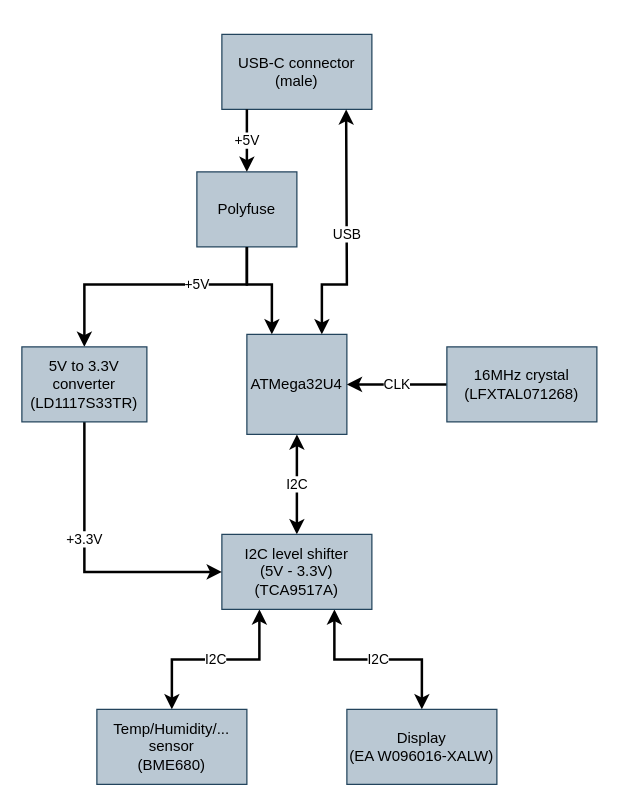
Above: Documentatie/Analyse/Hardware analyse/V2/blokschema (word).drawio in Jelte-Boumans/Bachelorproef-Herstelsysteem-Ramen (draw.io), before the change. Source tidied: cells renumbered, new cells numbered last; positions are measured from the earlier drawing's top-left corner, leaving out a move shared by most shapes. Both pictures are drawn from the tidied source at 125%, with x=0, y=0 at pixel (21, 34).
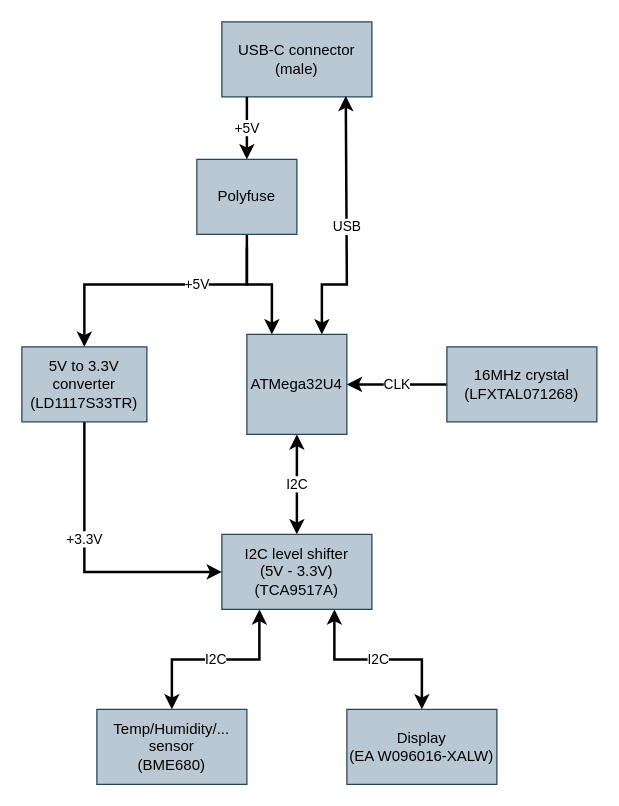
Above is the later version.

The change refers to these unchanged cells:
```xml
<mxCell id="3" value="ATMega32U4" style="whiteSpace=wrap;html=1;fillColor=#bac8d3;strokeColor=#23445d;" parent="1" vertex="1">
  <mxGeometry x="180" y="240" width="80" height="80" as="geometry" />
</mxCell>
```

Change to the diagram source:
```diff
@@
     <mxCell id="4" value="USB-C connector&lt;br&gt;(male)" style="rounded=0;whiteSpace=wrap;html=1;fillColor=#bac8d3;strokeColor=#23445d;" parent="1" vertex="1">
-      <mxGeometry x="160" width="120" height="60" as="geometry" />
+      <mxGeometry x="160" y="-10" width="120" height="60" as="geometry" />
     </mxCell>
@@
     <mxCell id="6" value="Polyfuse" style="rounded=0;whiteSpace=wrap;html=1;fillColor=#bac8d3;strokeColor=#23445d;" parent="1" vertex="1">
-      <mxGeometry x="140" y="110" width="80" height="60" as="geometry" />
+      <mxGeometry x="140" y="100" width="80" height="60" as="geometry" />
     </mxCell>
     <mxCell id="7" value="+5V" style="endArrow=classic;html=1;rounded=0;strokeWidth=2;" parent="1" edge="1">
       <mxGeometry relative="1" as="geometry">
-        <mxPoint x="180" y="60" as="sourcePoint" />
-        <mxPoint x="180" y="110" as="targetPoint" />
+        <mxPoint x="180" y="50" as="sourcePoint" />
+        <mxPoint x="180" y="100" as="targetPoint" />
       </mxGeometry>
     </mxCell>
@@
-    <mxCell id="9" value="USB" style="endArrow=classic;html=1;rounded=0;startArrow=classic;startFill=1;strokeWidth=2;entryX=0.75;entryY=0;entryDx=0;entryDy=0;" parent="1" edge="1" target="3">
+    <mxCell id="9" value="USB" style="endArrow=classic;html=1;rounded=0;startArrow=classic;startFill=1;strokeWidth=2;entryX=0.75;entryY=0;entryDx=0;entryDy=0;exitX=0.826;exitY=0.987;exitDx=0;exitDy=0;exitPerimeter=0;" parent="1" edge="1" source="4" target="3">
       <mxGeometry relative="1" as="geometry">
-        <mxPoint x="259.4" y="60" as="sourcePoint" />
         <Array as="points">
           <mxPoint x="260" y="200" />
           <mxPoint x="240" y="200" />
         </Array>
       </mxGeometry>
     </mxCell>
```
